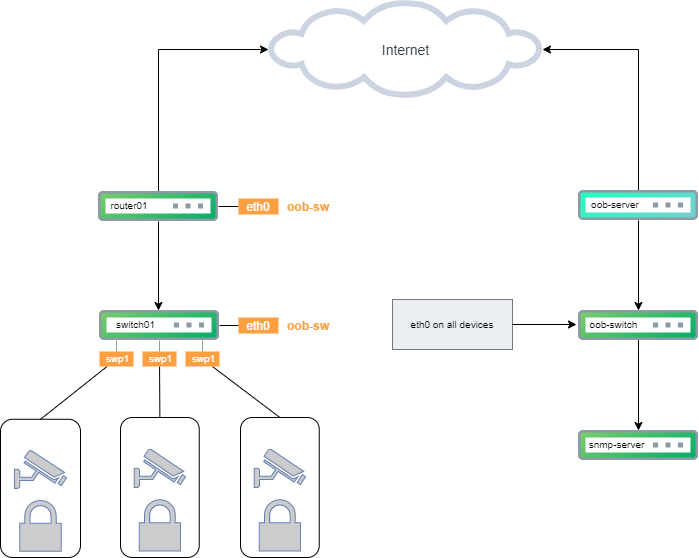
This is Topology.png from leogimenes/spider-defense-neighborhood, a draw.io export, as it was before one commit. Source tidied: cells renumbered, new cells last; positions are measured from the earlier drawing's top-left corner, leaving out a move shared by most shapes. Its diagram source:
```xml
<mxGraphModel background="#ffffff">
  <root>
    <mxCell id="0" />
    <mxCell id="1" parent="0" />
    <mxCell id="2" style="edgeStyle=orthogonalEdgeStyle;rounded=0;jettySize=auto;html=1;" parent="1" edge="1" source="23" target="26">
      <mxGeometry relative="1" as="geometry">
        <Array as="points">
          <mxPoint x="158" y="260" />
          <mxPoint x="158" y="260" />
        </Array>
      </mxGeometry>
    </mxCell>
    <mxCell id="3" style="edgeStyle=orthogonalEdgeStyle;rounded=0;jettySize=auto;html=1;exitX=0.5;exitY=0;exitDx=0;exitDy=0;entryX=0;entryY=0.5;entryDx=0;entryDy=0;" parent="1" edge="1" source="23" target="6">
      <mxGeometry relative="1" as="geometry" />
    </mxCell>
    <mxCell id="4" style="edgeStyle=orthogonalEdgeStyle;rounded=0;jettySize=auto;html=1;exitX=0.5;exitY=0;exitDx=0;exitDy=0;entryX=1;entryY=0.5;entryDx=0;entryDy=0;" parent="1" edge="1" source="20" target="6">
      <mxGeometry relative="1" as="geometry" />
    </mxCell>
    <mxCell id="5" style="edgeStyle=orthogonalEdgeStyle;rounded=0;jettySize=auto;html=1;" parent="1" edge="1" source="20" target="14">
      <mxGeometry relative="1" as="geometry" />
    </mxCell>
    <mxCell id="6" value="Internet" style="perimeter=ellipsePerimeter;html=1;align=center;shadow=0;dashed=0;image;image=img/lib/cumulus/internet.svg;labelPosition=center;verticalLabelPosition=middle;verticalAlign=middle;fontSize=14;fontColor=#36424A;" parent="1" vertex="1">
      <mxGeometry x="268" width="274" height="98" as="geometry" />
    </mxCell>
    <mxCell id="7" style="edgeStyle=orthogonalEdgeStyle;rounded=0;jettySize=auto;html=1;fontSize=10;" parent="1" edge="1" source="15" target="17">
      <mxGeometry relative="1" as="geometry">
        <Array as="points">
          <mxPoint x="638" y="350" />
          <mxPoint x="638" y="350" />
        </Array>
      </mxGeometry>
    </mxCell>
    <mxCell id="8" style="group;" parent="1" vertex="1">
      <mxGeometry x="392" y="299" width="120" height="55" as="geometry" />
    </mxCell>
    <mxCell id="9" style="rounded=0;whiteSpace=wrap;html=1;fontSize=10;" parent="8" vertex="1">
      <mxGeometry width="120" height="50" as="geometry" />
    </mxCell>
    <mxCell id="10" style="fillColor=#EAEDF2;strokeColor=none;fontSize=10;" parent="8" vertex="1">
      <mxGeometry width="120" height="50" as="geometry" />
    </mxCell>
    <mxCell id="11" value="eth0 on all devices" style="text;html=1;strokeColor=none;fillColor=none;align=center;verticalAlign=middle;whiteSpace=wrap;rounded=0;fontSize=10;" parent="8" vertex="1">
      <mxGeometry width="120" height="50" as="geometry" />
    </mxCell>
    <mxCell id="12" style="edgeStyle=orthogonalEdgeStyle;rounded=0;jettySize=auto;html=1;fontSize=10;" parent="1" edge="1" source="11" target="15">
      <mxGeometry relative="1" as="geometry" />
    </mxCell>
    <mxCell id="13" style="group;" parent="1" vertex="1">
      <mxGeometry x="576" y="310" width="122" height="30" as="geometry" />
    </mxCell>
    <mxCell id="14" style="perimeter=ellipsePerimeter;html=1;align=center;fontSize=12;verticalAlign=top;fontColor=#364149;shadow=0;dashed=0;image;image=img/lib/cumulus/switch_cumulus_linux.svg;" parent="13" vertex="1">
      <mxGeometry x="2" width="120" height="30" as="geometry" />
    </mxCell>
    <mxCell id="15" value="&lt;font style=&quot;font-size: 10px;&quot;&gt;oob-switch&lt;/font&gt;" style="text;html=1;strokeColor=none;fillColor=none;align=center;verticalAlign=middle;whiteSpace=wrap;rounded=0;fontSize=10;" parent="13" vertex="1">
      <mxGeometry y="4" width="75" height="20" as="geometry" />
    </mxCell>
    <mxCell id="16" style="group;" parent="1" vertex="1">
      <mxGeometry x="578" y="430" width="120" height="30" as="geometry" />
    </mxCell>
    <mxCell id="17" style="perimeter=ellipsePerimeter;html=1;align=center;fontSize=12;verticalAlign=top;fontColor=#364149;shadow=0;dashed=0;image;image=img/lib/cumulus/switch_cumulus_linux.svg;" parent="16" vertex="1">
      <mxGeometry width="120" height="30" as="geometry" />
    </mxCell>
    <mxCell id="18" value="&lt;font style=&quot;font-size: 10px;&quot;&gt;snmp-server&lt;/font&gt;" style="text;html=1;strokeColor=none;fillColor=none;align=center;verticalAlign=middle;whiteSpace=wrap;rounded=0;fontSize=10;" parent="16" vertex="1">
      <mxGeometry x="7" y="4" width="63" height="20" as="geometry" />
    </mxCell>
    <mxCell id="19" style="group;" parent="1" vertex="1">
      <mxGeometry x="570" y="190" width="128" height="30" as="geometry" />
    </mxCell>
    <mxCell id="20" style="perimeter=ellipsePerimeter;html=1;align=center;fontSize=12;verticalAlign=top;fontColor=#364149;shadow=0;dashed=0;image;image=img/lib/cumulus/switch_out_of_band.svg;" parent="19" vertex="1">
      <mxGeometry x="8" width="120" height="30" as="geometry" />
    </mxCell>
    <mxCell id="21" value="&lt;font style=&quot;font-size: 10px&quot;&gt;oob-server&lt;/font&gt;" style="text;html=1;strokeColor=none;fillColor=none;align=center;verticalAlign=middle;whiteSpace=wrap;rounded=0;fontSize=10;" parent="19" vertex="1">
      <mxGeometry y="4" width="90" height="20" as="geometry" />
    </mxCell>
    <mxCell id="22" style="group;" parent="1" vertex="1">
      <mxGeometry x="92" y="191" width="126" height="30" as="geometry" />
    </mxCell>
    <mxCell id="23" style="perimeter=ellipsePerimeter;html=1;align=center;fontSize=12;verticalAlign=top;fontColor=#364149;shadow=0;dashed=0;image;image=img/lib/cumulus/switch_cumulus_linux.svg;" parent="22" vertex="1">
      <mxGeometry x="6" width="120" height="30" as="geometry" />
    </mxCell>
    <mxCell id="24" value="&lt;font style=&quot;font-size: 10px;&quot;&gt;router01&lt;/font&gt;" style="text;html=1;strokeColor=none;fillColor=none;align=center;verticalAlign=middle;whiteSpace=wrap;rounded=0;fontSize=10;" parent="22" vertex="1">
      <mxGeometry y="4" width="74" height="20" as="geometry" />
    </mxCell>
    <mxCell id="25" style="group;" parent="1" vertex="1">
      <mxGeometry x="98" y="310" width="125" height="30" as="geometry" />
    </mxCell>
    <mxCell id="26" style="perimeter=ellipsePerimeter;html=1;align=center;fontSize=12;verticalAlign=top;fontColor=#364149;shadow=0;dashed=0;image;image=img/lib/cumulus/switch_cumulus_linux.svg;" parent="25" vertex="1">
      <mxGeometry x="1" width="120" height="30" as="geometry" />
    </mxCell>
    <mxCell id="27" value="&lt;font style=&quot;font-size: 10px;&quot;&gt;switch01&lt;/font&gt;" style="text;html=1;strokeColor=none;fillColor=none;align=center;verticalAlign=middle;whiteSpace=wrap;rounded=0;fontSize=10;" parent="25" vertex="1">
      <mxGeometry y="4" width="75" height="20" as="geometry" />
    </mxCell>
    <mxCell id="28" style="endArrow=none;html=1;fontSize=10;exitX=1;exitY=0.5;exitDx=0;exitDy=0;entryX=0;entryY=0.5;entryDx=0;entryDy=0;" parent="1" edge="1" source="23" target="30">
      <mxGeometry relative="1" as="geometry" />
    </mxCell>
    <mxCell id="29" style="group;" parent="1" vertex="1">
      <mxGeometry x="238" y="198" width="100" height="16" as="geometry" />
    </mxCell>
    <mxCell id="30" value="eth0" style="rounded=0;whiteSpace=wrap;html=1;fillColor=#FB9F41;strokeColor=none;fontColor=#FFFFFF;" parent="29" vertex="1">
      <mxGeometry width="40" height="16" as="geometry" />
    </mxCell>
    <mxCell id="31" value="oob-sw" style="text;verticalAlign=middle;align=center;fontColor=#FB9F41;fontStyle=1;" parent="29" vertex="1">
      <mxGeometry x="40" width="60" height="16" as="geometry" />
    </mxCell>
    <mxCell id="32" style="group;" parent="1" vertex="1">
      <mxGeometry x="238" y="317" width="100" height="16" as="geometry" />
    </mxCell>
    <mxCell id="33" value="eth0" style="rounded=0;whiteSpace=wrap;html=1;fillColor=#FB9F41;strokeColor=none;fontColor=#FFFFFF;" parent="32" vertex="1">
      <mxGeometry width="40" height="16" as="geometry" />
    </mxCell>
    <mxCell id="34" value="oob-sw" style="text;verticalAlign=middle;align=center;fontColor=#FB9F41;fontStyle=1;" parent="32" vertex="1">
      <mxGeometry x="40" width="60" height="16" as="geometry" />
    </mxCell>
    <mxCell id="35" style="endArrow=none;html=1;fontSize=10;exitX=1;exitY=0.5;exitDx=0;exitDy=0;entryX=0;entryY=0.5;entryDx=0;entryDy=0;" parent="1" edge="1" source="26" target="33">
      <mxGeometry relative="1" as="geometry" />
    </mxCell>
    <mxCell id="36" style="group;" parent="1" vertex="1">
      <mxGeometry y="418.8" width="80" height="138.2" as="geometry" />
    </mxCell>
    <mxCell id="37" style="rounded=1;whiteSpace=wrap;html=1;fontSize=10;" parent="36" vertex="1">
      <mxGeometry width="80" height="138.2" as="geometry" />
    </mxCell>
    <mxCell id="38" style="fontColor=#0066CC;verticalAlign=top;verticalLabelPosition=bottom;labelPosition=center;align=center;html=1;fillColor=#CCCCCC;strokeColor=#6881B3;gradientColor=none;gradientDirection=north;strokeWidth=2;shape=mxgraph.networks.security_camera;" parent="36" vertex="1">
      <mxGeometry x="13.9" y="31.1" width="52.2" height="38" as="geometry" />
    </mxCell>
    <mxCell id="39" style="fontColor=#0066CC;verticalAlign=top;verticalLabelPosition=bottom;labelPosition=center;align=center;html=1;fillColor=#CCCCCC;strokeColor=#6881B3;gradientColor=none;gradientDirection=north;strokeWidth=2;shape=mxgraph.networks.secured;" parent="36" vertex="1">
      <mxGeometry x="19.1" y="81.2" width="41.7" height="50.7" as="geometry" />
    </mxCell>
    <mxCell id="40" style="group;" parent="1" vertex="1">
      <mxGeometry x="120" y="417" width="78.8" height="140" as="geometry" />
    </mxCell>
    <mxCell id="41" style="rounded=1;whiteSpace=wrap;html=1;fontSize=10;" parent="40" vertex="1">
      <mxGeometry width="78.8" height="140" as="geometry" />
    </mxCell>
    <mxCell id="42" style="fontColor=#0066CC;verticalAlign=top;verticalLabelPosition=bottom;labelPosition=center;align=center;html=1;fillColor=#CCCCCC;strokeColor=#6881B3;gradientColor=none;gradientDirection=north;strokeWidth=2;shape=mxgraph.networks.security_camera;" parent="40" vertex="1">
      <mxGeometry x="13.7" y="31.5" width="51.3" height="38.5" as="geometry" />
    </mxCell>
    <mxCell id="43" style="fontColor=#0066CC;verticalAlign=top;verticalLabelPosition=bottom;labelPosition=center;align=center;html=1;fillColor=#CCCCCC;strokeColor=#6881B3;gradientColor=none;gradientDirection=north;strokeWidth=2;shape=mxgraph.networks.secured;" parent="40" vertex="1">
      <mxGeometry x="18.8" y="82.3" width="41.1" height="51.3" as="geometry" />
    </mxCell>
    <mxCell id="44" style="group;" parent="1" vertex="1">
      <mxGeometry x="240" y="417" width="78.8" height="140" as="geometry" />
    </mxCell>
    <mxCell id="45" style="rounded=1;whiteSpace=wrap;html=1;fontSize=10;" parent="44" vertex="1">
      <mxGeometry width="78.8" height="140" as="geometry" />
    </mxCell>
    <mxCell id="46" style="fontColor=#0066CC;verticalAlign=top;verticalLabelPosition=bottom;labelPosition=center;align=center;html=1;fillColor=#CCCCCC;strokeColor=#6881B3;gradientColor=none;gradientDirection=north;strokeWidth=2;shape=mxgraph.networks.security_camera;" parent="44" vertex="1">
      <mxGeometry x="13.7" y="31.5" width="51.3" height="38.5" as="geometry" />
    </mxCell>
    <mxCell id="47" style="fontColor=#0066CC;verticalAlign=top;verticalLabelPosition=bottom;labelPosition=center;align=center;html=1;fillColor=#CCCCCC;strokeColor=#6881B3;gradientColor=none;gradientDirection=north;strokeWidth=2;shape=mxgraph.networks.secured;" parent="44" vertex="1">
      <mxGeometry x="18.8" y="82.3" width="41.1" height="51.3" as="geometry" />
    </mxCell>
    <mxCell id="48" style="endArrow=none;html=1;fontSize=10;exitX=0.5;exitY=0;exitDx=0;exitDy=0;" parent="1" edge="1" source="37" target="49">
      <mxGeometry relative="1" as="geometry" />
    </mxCell>
    <mxCell id="49" value="&lt;font style=&quot;font-size: 10px&quot;&gt;swp1&lt;/font&gt;" style="rounded=0;whiteSpace=wrap;html=1;fillColor=#FB9F41;strokeColor=none;fontColor=#FFFFFF;verticalAlign=bottom;spacing=0;spacingLeft=3;spacingBottom=1;" parent="1" vertex="1">
      <mxGeometry x="99" y="351" width="34" height="15" as="geometry" />
    </mxCell>
    <mxCell id="50" style="endArrow=none;html=1;fontSize=10;exitX=0.5;exitY=0;exitDx=0;exitDy=0;" parent="1" edge="1" source="41" target="51">
      <mxGeometry relative="1" as="geometry" />
    </mxCell>
    <mxCell id="51" value="&lt;font style=&quot;font-size: 10px&quot;&gt;swp1&lt;/font&gt;" style="rounded=0;whiteSpace=wrap;html=1;fillColor=#FB9F41;strokeColor=none;fontColor=#FFFFFF;verticalAlign=bottom;spacing=0;spacingLeft=3;spacingBottom=1;" parent="1" vertex="1">
      <mxGeometry x="142" y="351" width="34" height="15" as="geometry" />
    </mxCell>
    <mxCell id="52" style="endArrow=none;html=1;fontSize=10;exitX=0.5;exitY=0;exitDx=0;exitDy=0;" parent="1" edge="1" source="45" target="53">
      <mxGeometry relative="1" as="geometry" />
    </mxCell>
    <mxCell id="53" value="&lt;font style=&quot;font-size: 10px&quot;&gt;swp1&lt;/font&gt;" style="rounded=0;whiteSpace=wrap;html=1;fillColor=#FB9F41;strokeColor=none;fontColor=#FFFFFF;verticalAlign=bottom;spacing=0;spacingLeft=3;spacingBottom=1;" parent="1" vertex="1">
      <mxGeometry x="185" y="351" width="34" height="15" as="geometry" />
    </mxCell>
    <mxCell id="54" style="endArrow=none;html=1;fontSize=10;exitX=0.5;exitY=0;exitDx=0;exitDy=0;strokeColor=#999999;" parent="1" edge="1" source="49">
      <mxGeometry relative="1" as="geometry">
        <mxPoint x="116" y="340" as="targetPoint" />
      </mxGeometry>
    </mxCell>
    <mxCell id="55" style="endArrow=none;html=1;strokeColor=#999999;fontSize=10;exitX=0.5;exitY=0;exitDx=0;exitDy=0;entryX=0.5;entryY=1;entryDx=0;entryDy=0;" parent="1" edge="1" source="51" target="26">
      <mxGeometry relative="1" as="geometry" />
    </mxCell>
    <mxCell id="56" style="endArrow=none;html=1;strokeColor=#999999;fontSize=10;entryX=0.5;entryY=0;entryDx=0;entryDy=0;" parent="1" edge="1" target="53">
      <mxGeometry relative="1" as="geometry">
        <mxPoint x="202" y="340" as="sourcePoint" />
      </mxGeometry>
    </mxCell>
  </root>
</mxGraphModel>
```
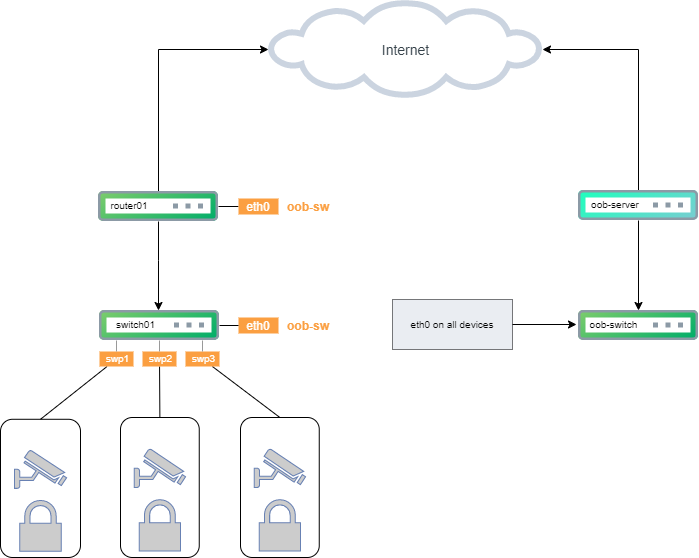
Above is the later version.

What changed in the source:
```diff
@@ -22,14 +22,6 @@
     <mxCell id="6" value="Internet" style="perimeter=ellipsePerimeter;html=1;align=center;shadow=0;dashed=0;image;image=img/lib/cumulus/internet.svg;labelPosition=center;verticalLabelPosition=middle;verticalAlign=middle;fontSize=14;fontColor=#36424A;" parent="1" vertex="1">
       <mxGeometry x="268" width="274" height="98" as="geometry" />
     </mxCell>
-    <mxCell id="7" style="edgeStyle=orthogonalEdgeStyle;rounded=0;jettySize=auto;html=1;fontSize=10;" parent="1" edge="1" source="15" target="17">
-      <mxGeometry relative="1" as="geometry">
-        <Array as="points">
-          <mxPoint x="638" y="350" />
-          <mxPoint x="638" y="350" />
-        </Array>
-      </mxGeometry>
-    </mxCell>
     <mxCell id="8" style="group;" parent="1" vertex="1">
       <mxGeometry x="392" y="299" width="120" height="55" as="geometry" />
     </mxCell>
@@ -54,15 +46,6 @@
     <mxCell id="15" value="&lt;font style=&quot;font-size: 10px;&quot;&gt;oob-switch&lt;/font&gt;" style="text;html=1;strokeColor=none;fillColor=none;align=center;verticalAlign=middle;whiteSpace=wrap;rounded=0;fontSize=10;" parent="13" vertex="1">
       <mxGeometry y="4" width="75" height="20" as="geometry" />
     </mxCell>
-    <mxCell id="16" style="group;" parent="1" vertex="1">
-      <mxGeometry x="578" y="430" width="120" height="30" as="geometry" />
-    </mxCell>
-    <mxCell id="17" style="perimeter=ellipsePerimeter;html=1;align=center;fontSize=12;verticalAlign=top;fontColor=#364149;shadow=0;dashed=0;image;image=img/lib/cumulus/switch_cumulus_linux.svg;" parent="16" vertex="1">
-      <mxGeometry width="120" height="30" as="geometry" />
-    </mxCell>
-    <mxCell id="18" value="&lt;font style=&quot;font-size: 10px;&quot;&gt;snmp-server&lt;/font&gt;" style="text;html=1;strokeColor=none;fillColor=none;align=center;verticalAlign=middle;whiteSpace=wrap;rounded=0;fontSize=10;" parent="16" vertex="1">
-      <mxGeometry x="7" y="4" width="63" height="20" as="geometry" />
-    </mxCell>
     <mxCell id="19" style="group;" parent="1" vertex="1">
       <mxGeometry x="570" y="190" width="128" height="30" as="geometry" />
     </mxCell>
@@ -159,13 +142,13 @@
     <mxCell id="50" style="endArrow=none;html=1;fontSize=10;exitX=0.5;exitY=0;exitDx=0;exitDy=0;" parent="1" edge="1" source="41" target="51">
       <mxGeometry relative="1" as="geometry" />
     </mxCell>
-    <mxCell id="51" value="&lt;font style=&quot;font-size: 10px&quot;&gt;swp1&lt;/font&gt;" style="rounded=0;whiteSpace=wrap;html=1;fillColor=#FB9F41;strokeColor=none;fontColor=#FFFFFF;verticalAlign=bottom;spacing=0;spacingLeft=3;spacingBottom=1;" parent="1" vertex="1">
+    <mxCell id="51" value="&lt;font style=&quot;font-size: 10px&quot;&gt;swp2&lt;/font&gt;" style="rounded=0;whiteSpace=wrap;html=1;fillColor=#FB9F41;strokeColor=none;fontColor=#FFFFFF;verticalAlign=bottom;spacing=0;spacingLeft=3;spacingBottom=1;" parent="1" vertex="1">
       <mxGeometry x="142" y="351" width="34" height="15" as="geometry" />
     </mxCell>
     <mxCell id="52" style="endArrow=none;html=1;fontSize=10;exitX=0.5;exitY=0;exitDx=0;exitDy=0;" parent="1" edge="1" source="45" target="53">
       <mxGeometry relative="1" as="geometry" />
     </mxCell>
-    <mxCell id="53" value="&lt;font style=&quot;font-size: 10px&quot;&gt;swp1&lt;/font&gt;" style="rounded=0;whiteSpace=wrap;html=1;fillColor=#FB9F41;strokeColor=none;fontColor=#FFFFFF;verticalAlign=bottom;spacing=0;spacingLeft=3;spacingBottom=1;" parent="1" vertex="1">
+    <mxCell id="53" value="&lt;font style=&quot;font-size: 10px&quot;&gt;swp3&lt;/font&gt;" style="rounded=0;whiteSpace=wrap;html=1;fillColor=#FB9F41;strokeColor=none;fontColor=#FFFFFF;verticalAlign=bottom;spacing=0;spacingLeft=3;spacingBottom=1;" parent="1" vertex="1">
       <mxGeometry x="185" y="351" width="34" height="15" as="geometry" />
     </mxCell>
     <mxCell id="54" style="endArrow=none;html=1;fontSize=10;exitX=0.5;exitY=0;exitDx=0;exitDy=0;strokeColor=#999999;" parent="1" edge="1" source="49">
```
